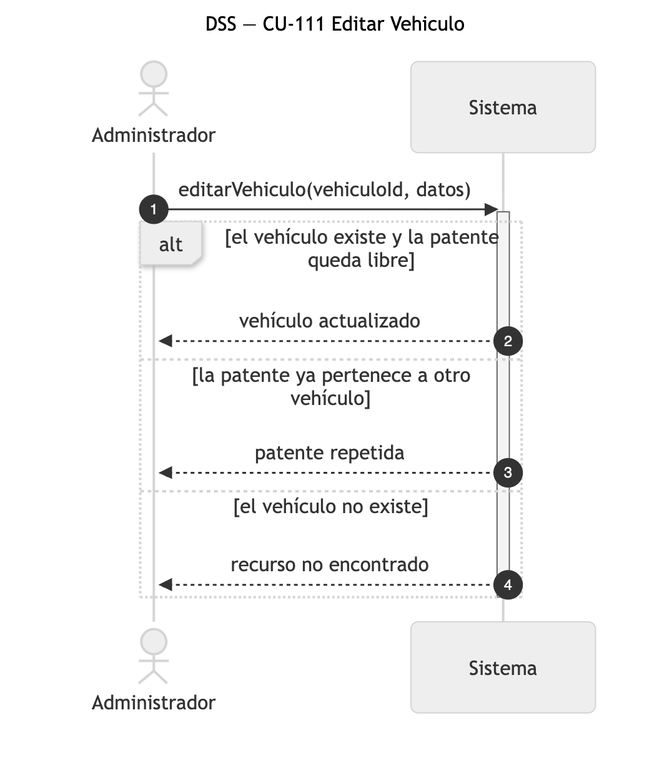
Before: diagramas/png/DSS_CU-111_Editar-Vehiculo.png, a diagram exported from Mermaid (Nahuelito-Dev/splg-docs). Its source is kept beside it as diagramas/DSS_CU-111_Editar-Vehiculo.mmd.
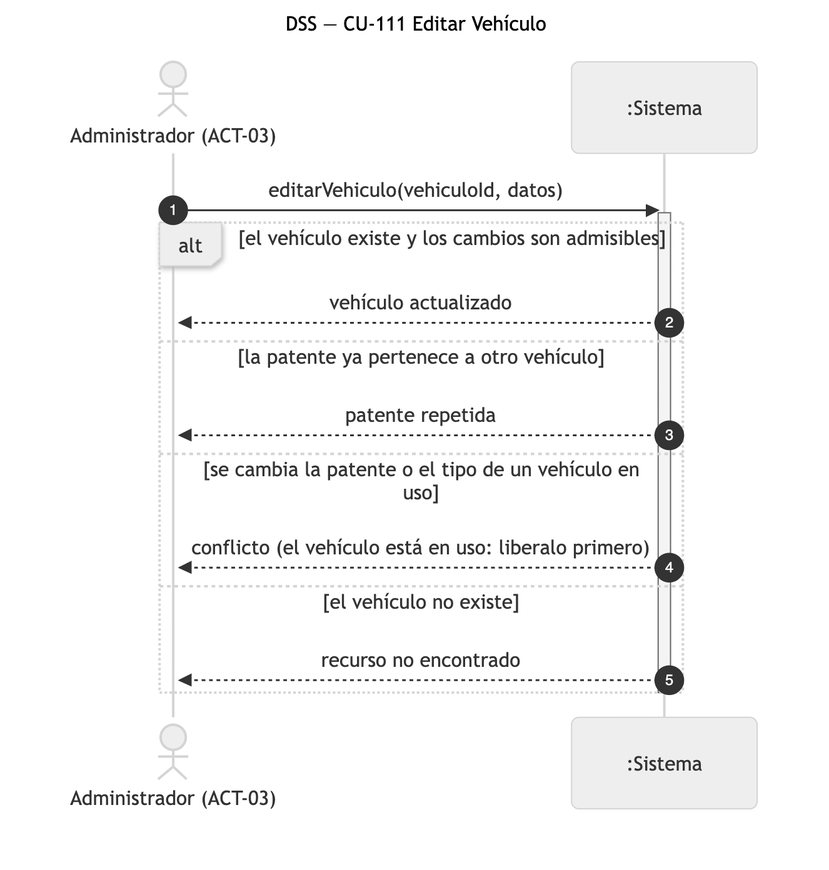
After the change.

What changed in the source:
```diff
@@ -1,15 +1,17 @@
 sequenceDiagram
-    title DSS — CU-111 Editar Vehiculo
+    title DSS — CU-111 Editar Vehículo
     autonumber
-    actor ADM as Administrador
-    participant SIS as Sistema
+    actor ADM as Administrador (ACT-03)
+    participant SIS as :Sistema
 
     ADM->>SIS: editarVehiculo(vehiculoId, datos)
     activate SIS
-    alt el vehículo existe y la patente queda libre
+    alt el vehículo existe y los cambios son admisibles
         SIS-->>ADM: vehículo actualizado
     else la patente ya pertenece a otro vehículo
         SIS-->>ADM: patente repetida
+    else se cambia la patente o el tipo de un vehículo en uso
+        SIS-->>ADM: conflicto (el vehículo está en uso: liberalo primero)
     else el vehículo no existe
         SIS-->>ADM: recurso no encontrado
     end
```
